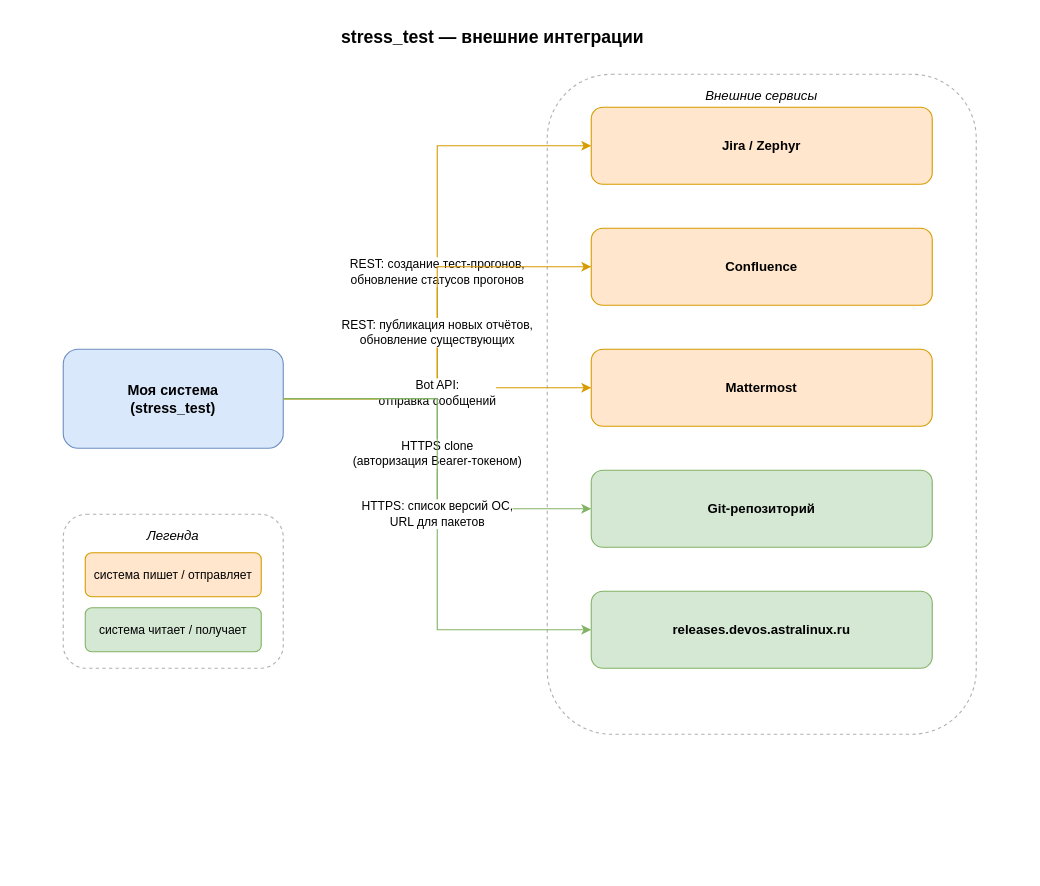
Earlier version of the draw.io diagram dbos_server_service/diagrams/external-integrations.drawio (N2OCaKeS/stress_test). Source tidied: cells renumbered, new cells numbered last; positions are measured from the earlier drawing's top-left corner, leaving out a move shared by most shapes. Both pictures are drawn from the tidied source at 110%, with x=0, y=0 at pixel (19, 19).
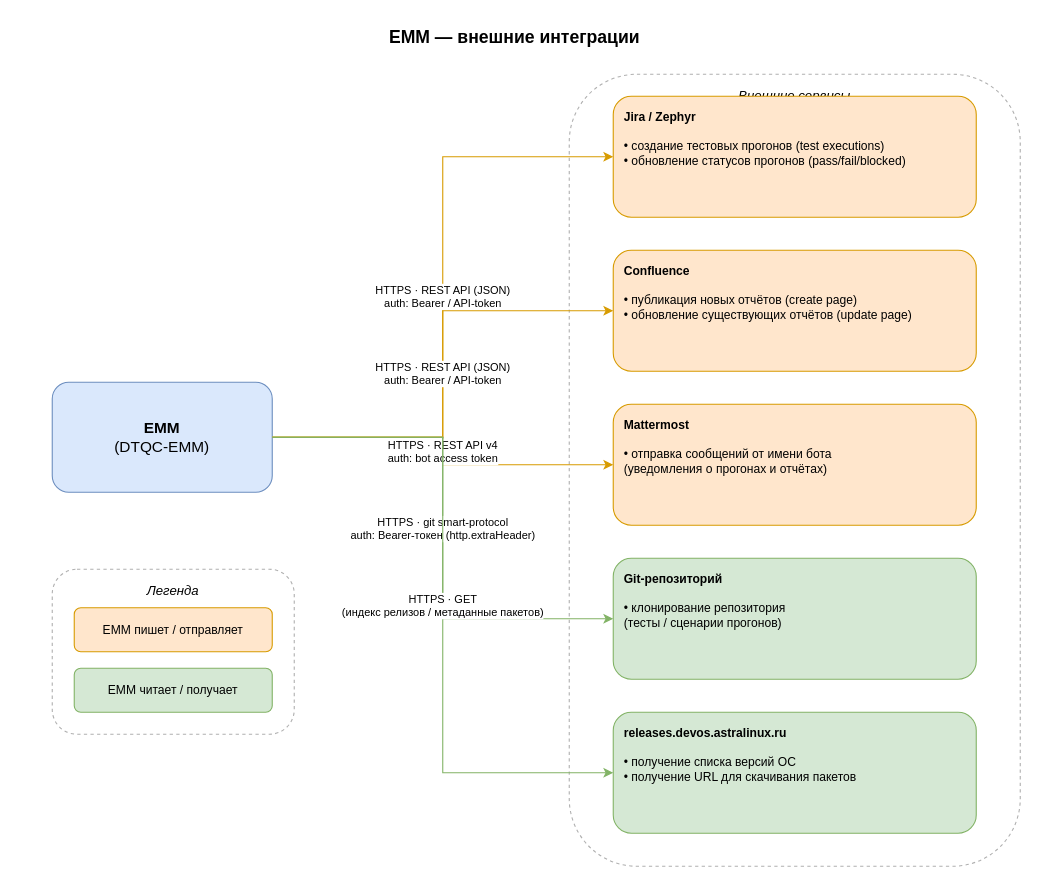
The same page after the edit.

Commit message:
detail per-service operations and protocols, rename system node to EMM

Diff of the diagram source:
```diff
@@
 <mxGraphModel>
   <root>
     <mxCell id="0" />
     <mxCell id="1" parent="0" />
-    <mxCell id="2" value="stress_test — внешние интеграции" style="text;html=1;align=center;fontSize=16;fontStyle=1;" parent="1" vertex="1">
-      <mxGeometry width="860" height="30" as="geometry" />
+    <mxCell id="2" value="EMM — внешние интеграции" style="text;html=1;align=center;fontSize=16;fontStyle=1;" parent="1" vertex="1">
+      <mxGeometry width="900" height="30" as="geometry" />
     </mxCell>
-    <mxCell id="3" value="Моя система&#10;(stress_test)" style="rounded=1;whiteSpace=wrap;html=1;fillColor=#dae8fc;strokeColor=#6c8ebf;fontStyle=1;fontSize=13;" parent="1" vertex="1">
-      <mxGeometry x="40" y="300" width="200" height="90" as="geometry" />
+    <mxCell id="3" value="&lt;b&gt;EMM&lt;/b&gt;&lt;br&gt;(DTQC-EMM)" style="rounded=1;whiteSpace=wrap;html=1;fillColor=#dae8fc;strokeColor=#6c8ebf;fontSize=14;" parent="1" vertex="1">
+      <mxGeometry x="30" y="330" width="200" height="100" as="geometry" />
     </mxCell>
     <mxCell id="4" value="Внешние сервисы" style="rounded=1;whiteSpace=wrap;html=1;fillColor=none;strokeColor=#b0b0b0;verticalAlign=top;align=center;spacingTop=6;fontStyle=2;dashed=1;" parent="1" vertex="1">
-      <mxGeometry x="480" y="50" width="390" height="600" as="geometry" />
+      <mxGeometry x="500" y="50" width="410" height="720" as="geometry" />
     </mxCell>
-    <mxCell id="5" value="Jira / Zephyr" style="rounded=1;whiteSpace=wrap;html=1;fillColor=#ffe6cc;strokeColor=#d79b00;fontStyle=1;" parent="1" vertex="1">
-      <mxGeometry x="520" y="80" width="310" height="70" as="geometry" />
+    <mxCell id="5" value="&lt;b&gt;Jira / Zephyr&lt;/b&gt;&lt;br&gt;&lt;br&gt;• создание тестовых прогонов (test executions)&lt;br&gt;• обновление статусов прогонов (pass/fail/blocked)" style="rounded=1;whiteSpace=wrap;html=1;fillColor=#ffe6cc;strokeColor=#d79b00;align=left;verticalAlign=top;spacingLeft=8;spacingTop=6;fontSize=11;" parent="1" vertex="1">
+      <mxGeometry x="540" y="70" width="330" height="110" as="geometry" />
     </mxCell>
-    <mxCell id="6" value="Confluence" style="rounded=1;whiteSpace=wrap;html=1;fillColor=#ffe6cc;strokeColor=#d79b00;fontStyle=1;" parent="1" vertex="1">
-      <mxGeometry x="520" y="190" width="310" height="70" as="geometry" />
+    <mxCell id="6" value="&lt;b&gt;Confluence&lt;/b&gt;&lt;br&gt;&lt;br&gt;• публикация новых отчётов (create page)&lt;br&gt;• обновление существующих отчётов (update page)" style="rounded=1;whiteSpace=wrap;html=1;fillColor=#ffe6cc;strokeColor=#d79b00;align=left;verticalAlign=top;spacingLeft=8;spacingTop=6;fontSize=11;" parent="1" vertex="1">
+      <mxGeometry x="540" y="210" width="330" height="110" as="geometry" />
     </mxCell>
-    <mxCell id="7" value="Mattermost" style="rounded=1;whiteSpace=wrap;html=1;fillColor=#ffe6cc;strokeColor=#d79b00;fontStyle=1;" parent="1" vertex="1">
-      <mxGeometry x="520" y="300" width="310" height="70" as="geometry" />
+    <mxCell id="7" value="&lt;b&gt;Mattermost&lt;/b&gt;&lt;br&gt;&lt;br&gt;• отправка сообщений от имени бота&lt;br&gt;(уведомления о прогонах и отчётах)" style="rounded=1;whiteSpace=wrap;html=1;fillColor=#ffe6cc;strokeColor=#d79b00;align=left;verticalAlign=top;spacingLeft=8;spacingTop=6;fontSize=11;" parent="1" vertex="1">
+      <mxGeometry x="540" y="350" width="330" height="110" as="geometry" />
     </mxCell>
-    <mxCell id="8" value="Git-репозиторий" style="rounded=1;whiteSpace=wrap;html=1;fillColor=#d5e8d4;strokeColor=#82b366;fontStyle=1;" parent="1" vertex="1">
-      <mxGeometry x="520" y="410" width="310" height="70" as="geometry" />
+    <mxCell id="8" value="&lt;b&gt;Git-репозиторий&lt;/b&gt;&lt;br&gt;&lt;br&gt;• клонирование репозитория&lt;br&gt;(тесты / сценарии прогонов)" style="rounded=1;whiteSpace=wrap;html=1;fillColor=#d5e8d4;strokeColor=#82b366;align=left;verticalAlign=top;spacingLeft=8;spacingTop=6;fontSize=11;" parent="1" vertex="1">
+      <mxGeometry x="540" y="490" width="330" height="110" as="geometry" />
     </mxCell>
-    <mxCell id="9" value="releases.devos.astralinux.ru" style="rounded=1;whiteSpace=wrap;html=1;fillColor=#d5e8d4;strokeColor=#82b366;fontStyle=1;" parent="1" vertex="1">
-      <mxGeometry x="520" y="520" width="310" height="70" as="geometry" />
+    <mxCell id="9" value="&lt;b&gt;releases.devos.astralinux.ru&lt;/b&gt;&lt;br&gt;&lt;br&gt;• получение списка версий ОС&lt;br&gt;• получение URL для скачивания пакетов" style="rounded=1;whiteSpace=wrap;html=1;fillColor=#d5e8d4;strokeColor=#82b366;align=left;verticalAlign=top;spacingLeft=8;spacingTop=6;fontSize=11;" parent="1" vertex="1">
+      <mxGeometry x="540" y="630" width="330" height="110" as="geometry" />
     </mxCell>
-    <mxCell id="10" value="REST: создание тест-прогонов,&#10;обновление статусов прогонов" style="edgeStyle=orthogonalEdgeStyle;rounded=0;html=1;exitX=1;exitY=0.5;exitDx=0;exitDy=0;entryX=0;entryY=0.5;entryDx=0;entryDy=0;strokeColor=#d79b00;fontSize=11;" parent="1" edge="1" source="3" target="5">
+    <mxCell id="10" value="HTTPS · REST API (JSON)&#10;auth: Bearer / API-token" style="edgeStyle=orthogonalEdgeStyle;rounded=0;html=1;exitX=1;exitY=0.5;exitDx=0;exitDy=0;entryX=0;entryY=0.5;entryDx=0;entryDy=0;strokeColor=#d79b00;fontSize=10;" parent="1" edge="1" source="3" target="5">
       <mxGeometry relative="1" as="geometry" />
     </mxCell>
-    <mxCell id="11" value="REST: публикация новых отчётов,&#10;обновление существующих" style="edgeStyle=orthogonalEdgeStyle;rounded=0;html=1;exitX=1;exitY=0.5;exitDx=0;exitDy=0;entryX=0;entryY=0.5;entryDx=0;entryDy=0;strokeColor=#d79b00;fontSize=11;" parent="1" edge="1" source="3" target="6">
+    <mxCell id="11" value="HTTPS · REST API (JSON)&#10;auth: Bearer / API-token" style="edgeStyle=orthogonalEdgeStyle;rounded=0;html=1;exitX=1;exitY=0.5;exitDx=0;exitDy=0;entryX=0;entryY=0.5;entryDx=0;entryDy=0;strokeColor=#d79b00;fontSize=10;" parent="1" edge="1" source="3" target="6">
       <mxGeometry relative="1" as="geometry" />
     </mxCell>
-    <mxCell id="12" value="Bot API:&#10;отправка сообщений" style="edgeStyle=orthogonalEdgeStyle;rounded=0;html=1;exitX=1;exitY=0.5;exitDx=0;exitDy=0;entryX=0;entryY=0.5;entryDx=0;entryDy=0;strokeColor=#d79b00;fontSize=11;" parent="1" edge="1" source="3" target="7">
+    <mxCell id="12" value="HTTPS · REST API v4&#10;auth: bot access token" style="edgeStyle=orthogonalEdgeStyle;rounded=0;html=1;exitX=1;exitY=0.5;exitDx=0;exitDy=0;entryX=0;entryY=0.5;entryDx=0;entryDy=0;strokeColor=#d79b00;fontSize=10;" parent="1" edge="1" source="3" target="7">
       <mxGeometry relative="1" as="geometry" />
     </mxCell>
-    <mxCell id="13" value="HTTPS clone&#10;(авторизация Bearer-токеном)" style="edgeStyle=orthogonalEdgeStyle;rounded=0;html=1;exitX=1;exitY=0.5;exitDx=0;exitDy=0;entryX=0;entryY=0.5;entryDx=0;entryDy=0;strokeColor=#82b366;fontSize=11;" parent="1" edge="1" source="3" target="8">
+    <mxCell id="13" value="HTTPS · git smart-protocol&#10;auth: Bearer-токен (http.extraHeader)" style="edgeStyle=orthogonalEdgeStyle;rounded=0;html=1;exitX=1;exitY=0.5;exitDx=0;exitDy=0;entryX=0;entryY=0.5;entryDx=0;entryDy=0;strokeColor=#82b366;fontSize=10;" parent="1" edge="1" source="3" target="8">
       <mxGeometry relative="1" as="geometry" />
     </mxCell>
-    <mxCell id="14" value="HTTPS: список версий ОС,&#10;URL для пакетов" style="edgeStyle=orthogonalEdgeStyle;rounded=0;html=1;exitX=1;exitY=0.5;exitDx=0;exitDy=0;entryX=0;entryY=0.5;entryDx=0;entryDy=0;strokeColor=#82b366;fontSize=11;" parent="1" edge="1" source="3" target="9">
+    <mxCell id="14" value="HTTPS · GET&#10;(индекс релизов / метаданные пакетов)" style="edgeStyle=orthogonalEdgeStyle;rounded=0;html=1;exitX=1;exitY=0.5;exitDx=0;exitDy=0;entryX=0;entryY=0.5;entryDx=0;entryDy=0;strokeColor=#82b366;fontSize=10;" parent="1" edge="1" source="3" target="9">
       <mxGeometry relative="1" as="geometry" />
     </mxCell>
     <mxCell id="15" value="Легенда" style="rounded=1;whiteSpace=wrap;html=1;fillColor=none;strokeColor=#b0b0b0;verticalAlign=top;align=center;spacingTop=6;fontStyle=2;dashed=1;" parent="1" vertex="1">
-      <mxGeometry x="40" y="450" width="200" height="140" as="geometry" />
+      <mxGeometry x="30" y="500" width="220" height="150" as="geometry" />
     </mxCell>
-    <mxCell id="16" value="система пишет / отправляет" style="rounded=1;whiteSpace=wrap;html=1;fillColor=#ffe6cc;strokeColor=#d79b00;fontSize=11;" parent="1" vertex="1">
-      <mxGeometry x="60" y="485" width="160" height="40" as="geometry" />
+    <mxCell id="16" value="EMM пишет / отправляет" style="rounded=1;whiteSpace=wrap;html=1;fillColor=#ffe6cc;strokeColor=#d79b00;fontSize=11;" parent="1" vertex="1">
+      <mxGeometry x="50" y="535" width="180" height="40" as="geometry" />
     </mxCell>
-    <mxCell id="17" value="система читает / получает" style="rounded=1;whiteSpace=wrap;html=1;fillColor=#d5e8d4;strokeColor=#82b366;fontSize=11;" parent="1" vertex="1">
-      <mxGeometry x="60" y="535" width="160" height="40" as="geometry" />
+    <mxCell id="17" value="EMM читает / получает" style="rounded=1;whiteSpace=wrap;html=1;fillColor=#d5e8d4;strokeColor=#82b366;fontSize=11;" parent="1" vertex="1">
+      <mxGeometry x="50" y="590" width="180" height="40" as="geometry" />
     </mxCell>
   </root>
 </mxGraphModel>
```
